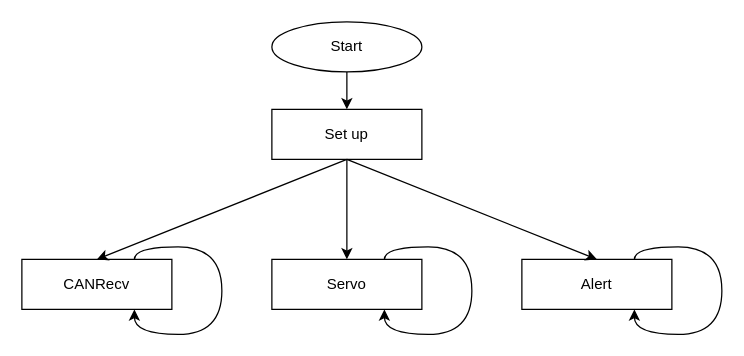
This is page "STM32 recieve" (5 of 7) of Untitled Diagram.drawio from 106210049/Plant-take-care, a draw.io file, before an edit. Source tidied: cells renumbered, new cells numbered last; positions are measured from the earlier drawing's top-left corner, leaving out a move shared by most shapes. Both pictures are drawn from the tidied source at 125%, with x=0, y=0 at pixel (21, 21).
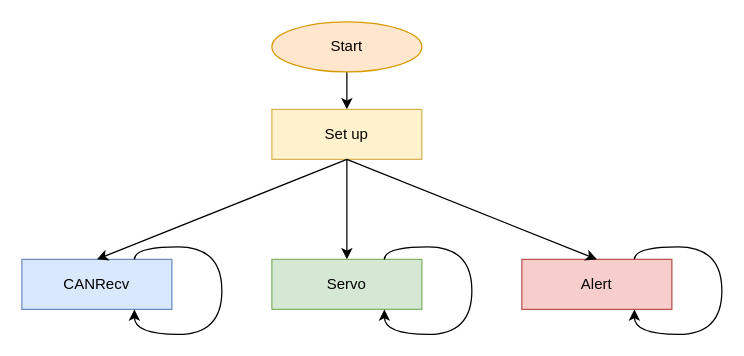
The same page after the edit.

The edit, as a diff of the source:
```diff
@@
-    <mxCell id="3" value="Start" style="ellipse;whiteSpace=wrap;html=1;" parent="1" vertex="1">
+    <mxCell id="3" value="Start" style="ellipse;whiteSpace=wrap;html=1;fillColor=#ffe6cc;strokeColor=#d79b00;" parent="1" vertex="1">
       <mxGeometry x="200" width="120" height="40" as="geometry" />
     </mxCell>
-    <mxCell id="4" value="Set up" style="rounded=0;whiteSpace=wrap;html=1;" parent="1" vertex="1">
+    <mxCell id="4" value="Set up" style="rounded=0;whiteSpace=wrap;html=1;fillColor=#fff2cc;strokeColor=#d6b656;" parent="1" vertex="1">
       <mxGeometry x="200" y="70" width="120" height="40" as="geometry" />
     </mxCell>
-    <mxCell id="5" value="&lt;span style=&quot;font-kerning: none;&quot; class=&quot;OYPEnA font-feature-liga-off font-feature-clig-off font-feature-calt-off text-decoration-none text-strikethrough-none&quot;&gt;CANRecv&lt;/span&gt;" style="rounded=0;whiteSpace=wrap;html=1;" parent="1" vertex="1">
+    <mxCell id="5" value="&lt;span style=&quot;font-kerning: none;&quot; class=&quot;OYPEnA font-feature-liga-off font-feature-clig-off font-feature-calt-off text-decoration-none text-strikethrough-none&quot;&gt;CANRecv&lt;/span&gt;" style="rounded=0;whiteSpace=wrap;html=1;fillColor=#dae8fc;strokeColor=#6c8ebf;" parent="1" vertex="1">
       <mxGeometry y="190" width="120" height="40" as="geometry" />
     </mxCell>
@@
-    <mxCell id="9" value="&lt;span style=&quot;font-kerning: normal;&quot; class=&quot;OYPEnA font-feature-liga-off font-feature-clig-off font-feature-calt-off text-decoration-none text-strikethrough-none&quot;&gt;Servo&lt;/span&gt;" style="rounded=0;whiteSpace=wrap;html=1;" parent="1" vertex="1">
+    <mxCell id="9" value="&lt;span style=&quot;font-kerning: normal;&quot; class=&quot;OYPEnA font-feature-liga-off font-feature-clig-off font-feature-calt-off text-decoration-none text-strikethrough-none&quot;&gt;Servo&lt;/span&gt;" style="rounded=0;whiteSpace=wrap;html=1;fillColor=#d5e8d4;strokeColor=#82b366;" parent="1" vertex="1">
       <mxGeometry x="200" y="190" width="120" height="40" as="geometry" />
     </mxCell>
@@
-    <mxCell id="12" value="&lt;span style=&quot;font-kerning: normal;&quot; class=&quot;OYPEnA font-feature-liga-off font-feature-clig-off font-feature-calt-off text-decoration-none text-strikethrough-none&quot;&gt;Alert&lt;/span&gt;" style="rounded=0;whiteSpace=wrap;html=1;" parent="1" vertex="1">
+    <mxCell id="12" value="&lt;span style=&quot;font-kerning: normal;&quot; class=&quot;OYPEnA font-feature-liga-off font-feature-clig-off font-feature-calt-off text-decoration-none text-strikethrough-none&quot;&gt;Alert&lt;/span&gt;" style="rounded=0;whiteSpace=wrap;html=1;fillColor=#f8cecc;strokeColor=#b85450;" parent="1" vertex="1">
       <mxGeometry x="400" y="190" width="120" height="40" as="geometry" />
     </mxCell>
```
